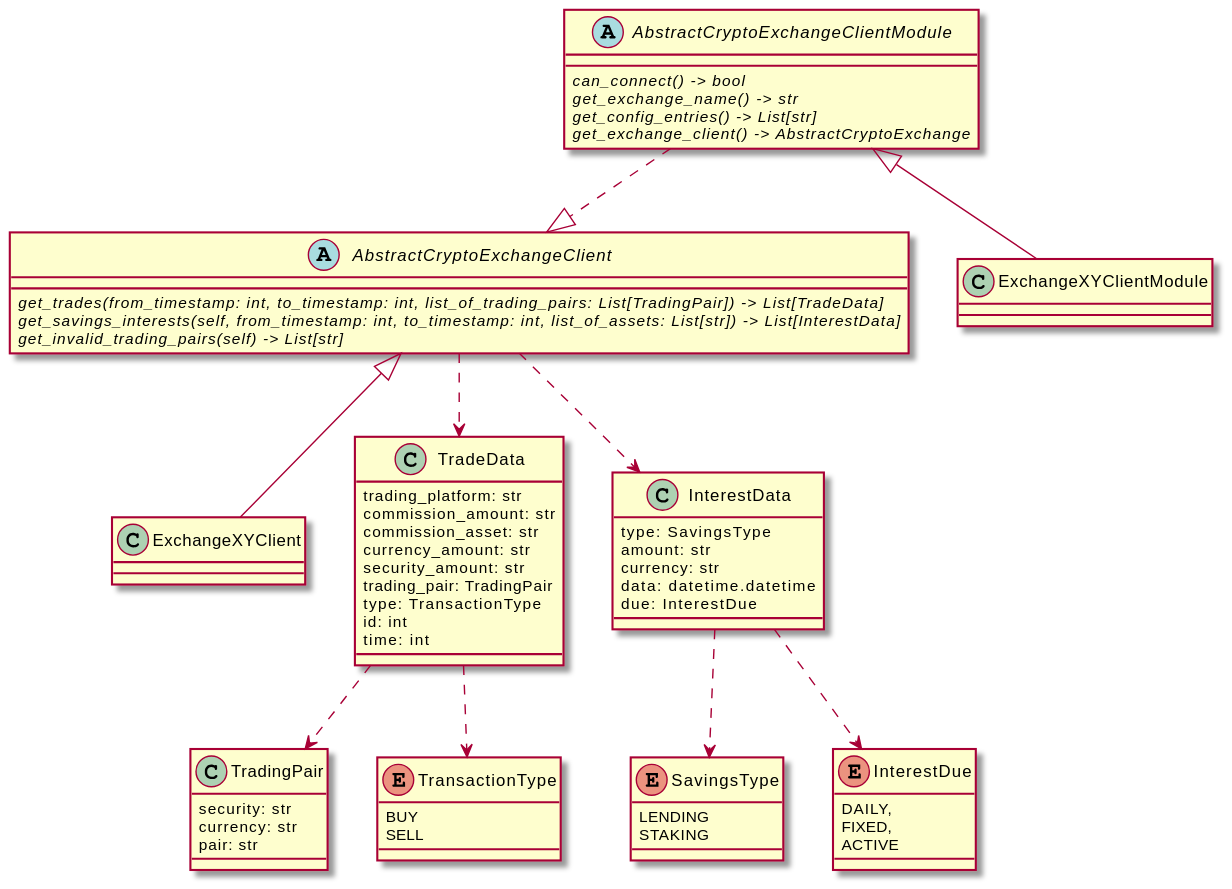
Earlier version of the PlantUML export plantuml/overview.svg (financelurker/crypto-trades-firefly-iii).
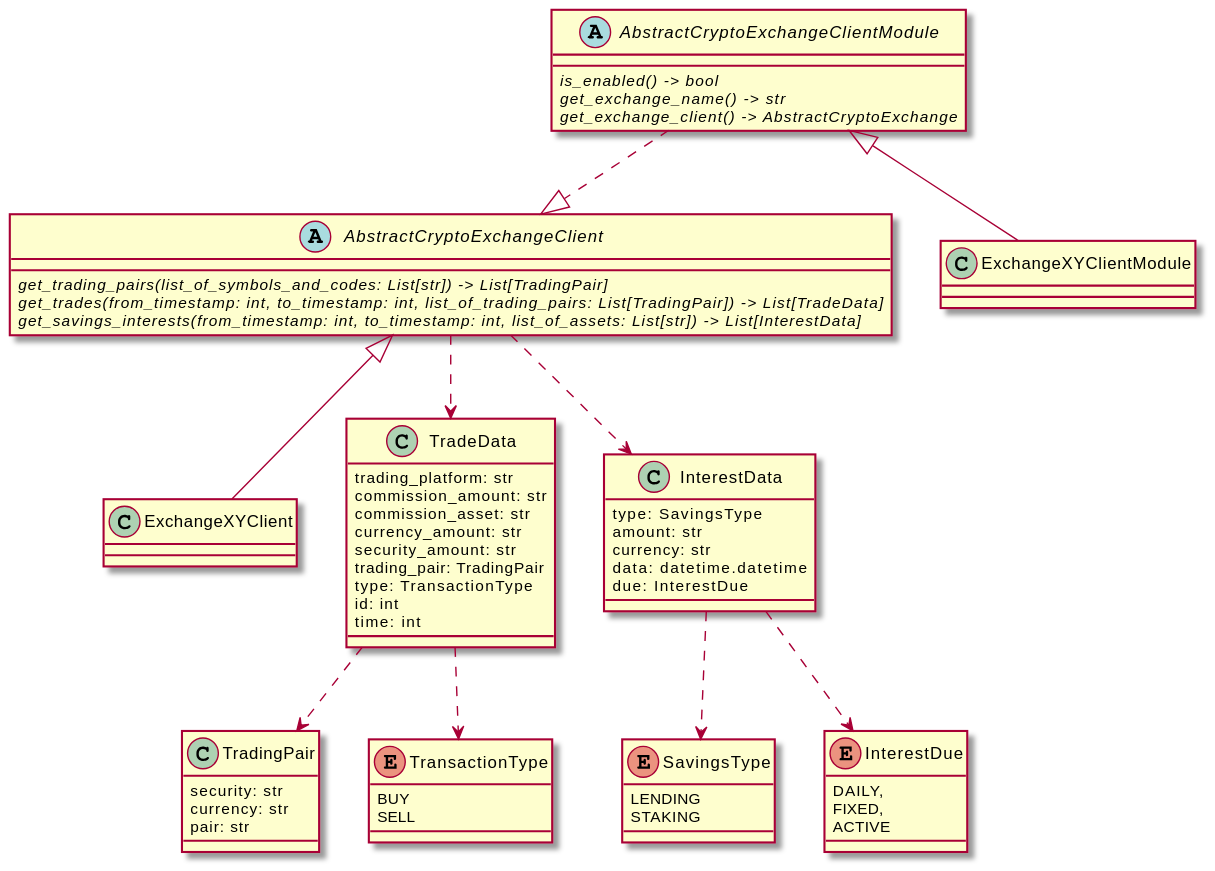
The same file after the commit.

Diff of the diagram source:
```diff
@@ -1,26 +1,25 @@
 @startuml
-abstract class "AbstractCryptoExchangeClientModule" {
-  {abstract} can_connect() -> bool
+abstract class AbstractCryptoExchangeClientModule {
+  {abstract} is_enabled() -> bool
   {abstract} get_exchange_name() -> str
-  {abstract} get_config_entries() -> List[str]
   {abstract} get_exchange_client() -> AbstractCryptoExchange
 }
 
-abstract class "AbstractCryptoExchangeClient" {
+abstract class AbstractCryptoExchangeClient {
+  {abstract} get_trading_pairs(list_of_symbols_and_codes: List[str]) -> List[TradingPair]
   {abstract} get_trades(from_timestamp: int, to_timestamp: int, list_of_trading_pairs: List[TradingPair]) -> List[TradeData]
-  {abstract} get_savings_interests(self, from_timestamp: int, to_timestamp: int, list_of_assets: List[str]) -> List[InterestData]
-  {abstract} get_invalid_trading_pairs(self) -> List[str]
+  {abstract} get_savings_interests(from_timestamp: int, to_timestamp: int, list_of_assets: List[str]) -> List[InterestData]
 }
 
-class "ExchangeXYClientModule" {
+class ExchangeXYClientModule {
 }
 
-class "ExchangeXYClient" {
+class ExchangeXYClient {
 }
 
-"AbstractCryptoExchangeClientModule" <|-- "ExchangeXYClientModule"
-"AbstractCryptoExchangeClient" <|-- "ExchangeXYClient"
-"AbstractCryptoExchangeClientModule" ..|> "AbstractCryptoExchangeClient"
+AbstractCryptoExchangeClientModule <|-- ExchangeXYClientModule
+AbstractCryptoExchangeClient <|-- ExchangeXYClient
+AbstractCryptoExchangeClientModule ..|> AbstractCryptoExchangeClient
 
 class TradeData {
   trading_platform: str
@@ -70,6 +69,6 @@
 InterestData ..> SavingsType
 InterestData ..> InterestDue
 
-"AbstractCryptoExchangeClient" ..> TradeData
-"AbstractCryptoExchangeClient" ..> InterestData
+AbstractCryptoExchangeClient ..> TradeData
+AbstractCryptoExchangeClient ..> InterestData
 @enduml
```
